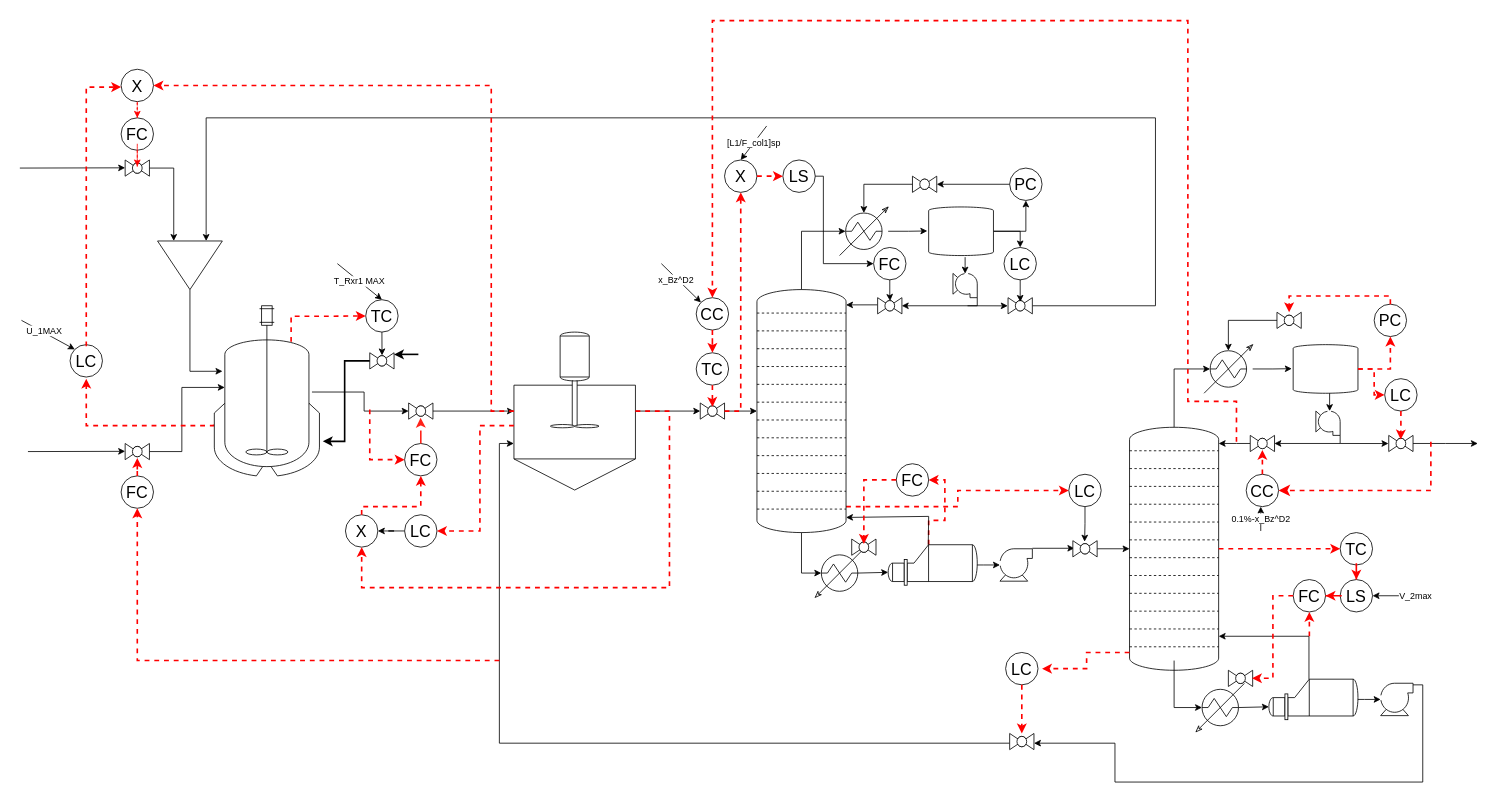
The draw.io diagram Figures/EB_Jagtap_fig2b(1).drawio in brageban/aspen-matlab-testbench, before the edit. Source tidied: cells renumbered, new cells numbered last; positions are measured from the earlier drawing's top-left corner, leaving out a move shared by most shapes. Both pictures are drawn from the tidied source at 81%, with x=0, y=0 at pixel (19, 20).
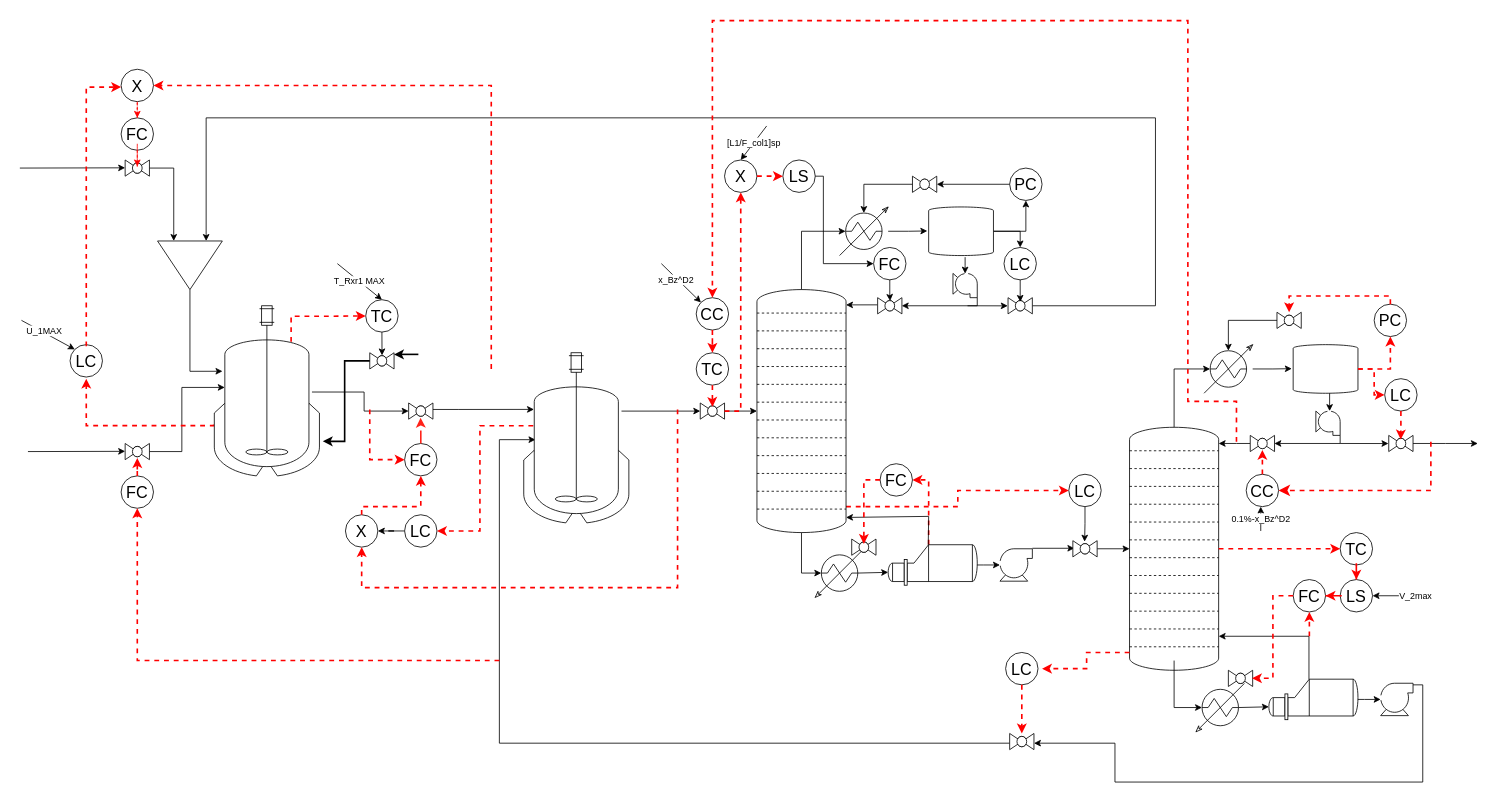
Above is the later version.

The change refers to these unchanged cells:
```xml
<mxCell id="16" style="verticalLabelPosition=bottom;align=center;html=1;verticalAlign=top;dashed=0;shape=mxgraph.pid2valves.valve;valveType=ball;" parent="1" vertex="1">
  <mxGeometry x="480" y="472" width="30" height="20" as="geometry" />
</mxCell>
<mxCell id="22" value="&lt;font style=&quot;font-size: 20px;&quot;&gt;X&lt;/font&gt;" style="ellipse;whiteSpace=wrap;html=1;" parent="1" vertex="1">
  <mxGeometry x="402" y="610" width="40" height="40" as="geometry" />
</mxCell>
<mxCell id="24" value="&lt;font style=&quot;font-size: 20px;&quot;&gt;LC&lt;/font&gt;" style="ellipse;whiteSpace=wrap;html=1;" parent="1" vertex="1">
  <mxGeometry x="475" y="610" width="40" height="40" as="geometry" />
</mxCell>
<mxCell id="27" value="&lt;font style=&quot;font-size: 20px;&quot;&gt;X&lt;/font&gt;" style="ellipse;whiteSpace=wrap;html=1;" parent="1" vertex="1">
  <mxGeometry x="125" y="60" width="40" height="40" as="geometry" />
</mxCell>
<mxCell id="51" style="verticalLabelPosition=bottom;outlineConnect=0;align=center;dashed=0;html=1;verticalAlign=top;shape=mxgraph.pid2misc.column;columnType=tray;" parent="1" vertex="1">
  <mxGeometry x="910" y="332" width="110" height="300" as="geometry" />
</mxCell>
<mxCell id="58" style="verticalLabelPosition=bottom;align=center;html=1;verticalAlign=top;dashed=0;shape=mxgraph.pid2valves.valve;valveType=ball;" parent="1" vertex="1">
  <mxGeometry x="840" y="472" width="30" height="20" as="geometry" />
</mxCell>
<mxCell id="59" style="shape=mxgraph.pid.heat_exchangers.reboiler;html=1;align=center;verticalLabelPosition=bottom;verticalAlign=top;dashed=0;" parent="1" vertex="1">
  <mxGeometry x="1072" y="647" width="110" height="50" as="geometry" />
</mxCell>
<mxCell id="88" style="verticalLabelPosition=bottom;align=center;html=1;verticalAlign=top;dashed=0;shape=mxgraph.pid2valves.valve;valveType=ball;" parent="1" vertex="1">
  <mxGeometry x="1222" y="880" width="30" height="20" as="geometry" />
</mxCell>
```

Change to the diagram source:
```diff
@@
     <mxCell id="2" style="edgeStyle=orthogonalEdgeStyle;rounded=0;jettySize=auto;html=1;entryX=1;entryY=0.5;entryDx=0;entryDy=0;dashed=1;endSize=6;curved=0;strokeColor=#FF0000;strokeWidth=2;" parent="1" edge="1" source="59" target="73">
       <mxGeometry relative="1" as="geometry">
         <Array as="points">
-          <mxPoint x="1122" y="617" />
-          <mxPoint x="1142" y="617" />
-          <mxPoint x="1142" y="567" />
+          <mxPoint x="1122" y="567" />
         </Array>
       </mxGeometry>
     </mxCell>
-    <mxCell id="3" style="edgeStyle=orthogonalEdgeStyle;rounded=0;jettySize=auto;html=1;entryX=-0.001;entryY=0.705;entryDx=0;entryDy=0;entryPerimeter=0;" parent="1" edge="1" source="88" target="14">
+    <mxCell id="3" style="edgeStyle=orthogonalEdgeStyle;rounded=0;jettySize=auto;html=1;entryX=0.112;entryY=0.511;entryDx=0;entryDy=0;entryPerimeter=0;" parent="1" edge="1" source="88" target="149">
       <mxGeometry relative="1" as="geometry">
         <Array as="points">
           <mxPoint x="592" y="892" />
-          <mxPoint x="592" y="522" />
+          <mxPoint x="592" y="517" />
         </Array>
       </mxGeometry>
     </mxCell>
@@
-    <mxCell id="13" style="edgeStyle=orthogonalEdgeStyle;rounded=0;jettySize=auto;html=1;" parent="1" edge="1" source="14" target="58">
+    <mxCell id="13" style="edgeStyle=orthogonalEdgeStyle;rounded=0;jettySize=auto;html=1;exitX=0.929;exitY=0.343;exitDx=0;exitDy=0;exitPerimeter=0;" parent="1" edge="1" source="149" target="58">
       <mxGeometry relative="1" as="geometry" />
     </mxCell>
-    <mxCell id="14" style="shape=mxgraph.pid.vessels.mixing_reactor;html=1;align=center;verticalLabelPosition=bottom;verticalAlign=top;dashed=0;" parent="1" vertex="1">
-      <mxGeometry x="610" y="384.5" width="150" height="195" as="geometry" />
-    </mxCell>
-    <mxCell id="15" style="edgeStyle=orthogonalEdgeStyle;rounded=0;jettySize=auto;html=1;entryX=0;entryY=0.5;entryDx=0;entryDy=0;entryPerimeter=0;" parent="1" edge="1" source="16" target="14">
-      <mxGeometry relative="1" as="geometry" />
+    <mxCell id="15" style="edgeStyle=orthogonalEdgeStyle;rounded=0;jettySize=auto;html=1;entryX=0.098;entryY=0.333;entryDx=0;entryDy=0;entryPerimeter=0;" parent="1" edge="1" source="16" target="149">
+      <mxGeometry relative="1" as="geometry">
+        <Array as="points">
+          <mxPoint x="542" y="480" />
+          <mxPoint x="542" y="480" />
+        </Array>
+      </mxGeometry>
     </mxCell>
@@
     <mxCell id="73" value="&lt;font style=&quot;font-size: 20px;&quot;&gt;FC&lt;/font&gt;" style="ellipse;whiteSpace=wrap;html=1;" parent="1" vertex="1">
-      <mxGeometry x="1082" y="547" width="40" height="40" as="geometry" />
+      <mxGeometry x="1062" y="547" width="40" height="40" as="geometry" />
     </mxCell>
@@
-    <mxCell id="121" style="edgeStyle=orthogonalEdgeStyle;rounded=0;jettySize=auto;html=1;entryX=1;entryY=0.5;entryDx=0;entryDy=0;dashed=1;fillColor=#f8cecc;strokeColor=#FF0000;endSize=6;curved=0;strokeWidth=2;" parent="1" edge="1" source="14" target="24">
+    <mxCell id="121" style="edgeStyle=orthogonalEdgeStyle;rounded=0;jettySize=auto;html=1;entryX=1;entryY=0.5;entryDx=0;entryDy=0;dashed=1;fillColor=#f8cecc;strokeColor=#FF0000;endSize=6;curved=0;strokeWidth=2;exitX=0.091;exitY=0.429;exitDx=0;exitDy=0;exitPerimeter=0;" parent="1" edge="1" source="149" target="24">
       <mxGeometry relative="1" as="geometry">
         <Array as="points">
           <mxPoint x="568" y="500" />
           <mxPoint x="568" y="630" />
         </Array>
       </mxGeometry>
     </mxCell>
-    <mxCell id="122" style="edgeStyle=orthogonalEdgeStyle;rounded=0;jettySize=auto;html=1;entryX=0.5;entryY=1;entryDx=0;entryDy=0;dashed=1;fillColor=#f8cecc;strokeColor=#FF0000;endSize=6;curved=0;strokeWidth=2;" parent="1" edge="1" source="14" target="22">
+    <mxCell id="122" style="edgeStyle=orthogonalEdgeStyle;rounded=0;jettySize=auto;html=1;entryX=0.5;entryY=1;entryDx=0;entryDy=0;dashed=1;fillColor=#f8cecc;strokeColor=#FF0000;endSize=6;curved=0;strokeWidth=2;" parent="1" edge="1" target="22">
       <mxGeometry relative="1" as="geometry">
+        <mxPoint x="812" y="480" as="sourcePoint" />
         <Array as="points">
-          <mxPoint x="802" y="482" />
-          <mxPoint x="802" y="700" />
+          <mxPoint x="812" y="700" />
           <mxPoint x="422" y="700" />
         </Array>
       </mxGeometry>
     </mxCell>
-    <mxCell id="123" style="edgeStyle=orthogonalEdgeStyle;rounded=0;jettySize=auto;html=1;entryX=1;entryY=0.5;entryDx=0;entryDy=0;dashed=1;endSize=6;curved=0;strokeColor=#FF0000;strokeWidth=2;" parent="1" edge="1" source="14" target="27">
+    <mxCell id="123" style="edgeStyle=orthogonalEdgeStyle;rounded=0;jettySize=auto;html=1;entryX=1;entryY=0.5;entryDx=0;entryDy=0;dashed=1;endSize=6;curved=0;strokeColor=#FF0000;strokeWidth=2;" parent="1" edge="1" target="27">
       <mxGeometry relative="1" as="geometry">
+        <mxPoint x="582" y="430" as="sourcePoint" />
         <Array as="points">
-          <mxPoint x="582" y="482" />
+          <mxPoint x="582" y="430" />
           <mxPoint x="582" y="80" />
         </Array>
       </mxGeometry>
     </mxCell>
@@
-    <mxCell id="136" style="edgeStyle=orthogonalEdgeStyle;rounded=0;jettySize=auto;html=1;entryX=0;entryY=0.682;entryDx=0;entryDy=0;entryPerimeter=0;exitX=0.876;exitY=0.5;exitDx=0;exitDy=0;exitPerimeter=0;endSize=6;curved=0;strokeColor=#000000;" parent="1" edge="1" target="59">
+    <mxCell id="136" style="edgeStyle=orthogonalEdgeStyle;rounded=0;jettySize=auto;html=1;entryX=0;entryY=0.682;entryDx=0;entryDy=0;entryPerimeter=0;exitX=0.876;exitY=0.5;exitDx=0;exitDy=0;exitPerimeter=0;endSize=6;curved=0;" parent="1" edge="1" target="59">
       <mxGeometry relative="1" as="geometry">
         <mxPoint x="1034.6" y="682" as="sourcePoint" />
         <Array as="points">
           <mxPoint x="1035" y="681" />
         </Array>
       </mxGeometry>
     </mxCell>
-    <mxCell id="137" style="edgeStyle=orthogonalEdgeStyle;rounded=0;jettySize=auto;html=1;entryX=0.124;entryY=0.5;entryDx=0;entryDy=0;entryPerimeter=0;endSize=6;curved=0;strokeColor=#000000;" parent="1" edge="1" source="51">
+    <mxCell id="137" style="edgeStyle=orthogonalEdgeStyle;rounded=0;jettySize=auto;html=1;entryX=0.124;entryY=0.5;entryDx=0;entryDy=0;entryPerimeter=0;endSize=6;curved=0;" parent="1" edge="1" source="51">
       <mxGeometry relative="1" as="geometry">
         <mxPoint x="989.4" y="682" as="targetPoint" />
         <Array as="points">
           <mxPoint x="965" y="682" />
         </Array>
       </mxGeometry>
     </mxCell>
@@
+    <mxCell id="149" style="shape=mxgraph.pid.vessels.jacketed_mixing_vessel;html=1;align=center;verticalLabelPosition=bottom;verticalAlign=top;dashed=0;" parent="1" vertex="1">
+      <mxGeometry x="622" y="410" width="130" height="210" as="geometry" />
+    </mxCell>
```
